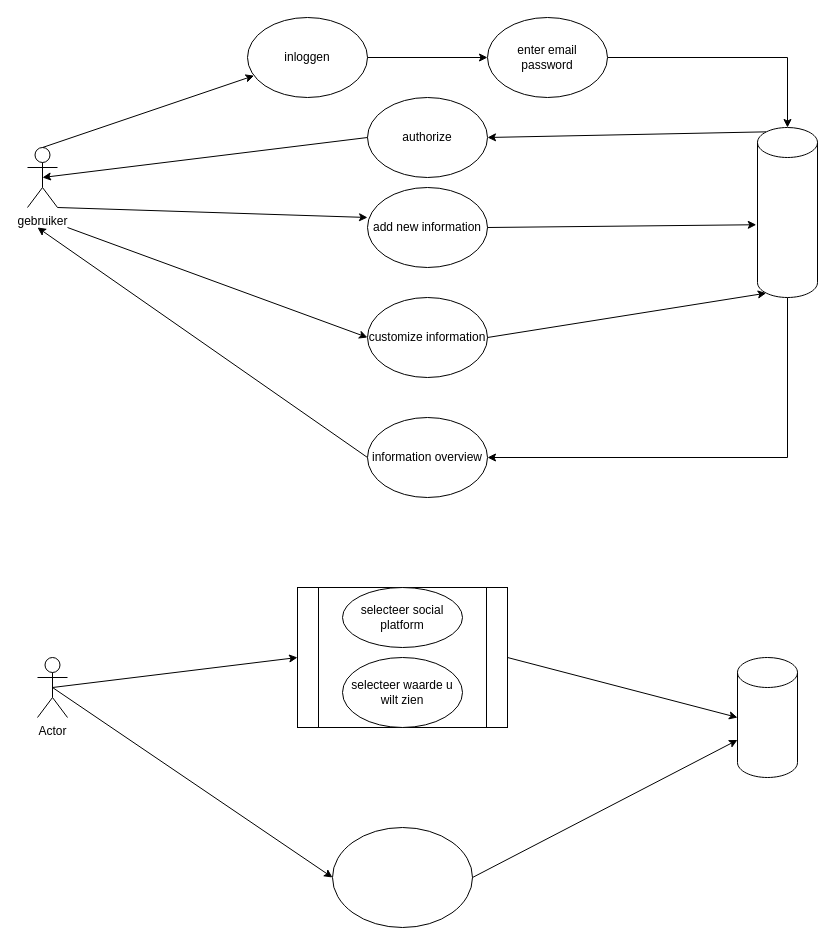
Earlier version of the draw.io diagram Untitled Diagram.drawio (edwardwarnders/hello-world). Source tidied: cells renumbered, new cells numbered last; positions are measured from the earlier drawing's top-left corner, leaving out a move shared by most shapes. Both pictures are drawn from the tidied source at 100%, with x=0, y=0 at pixel (27, 17).
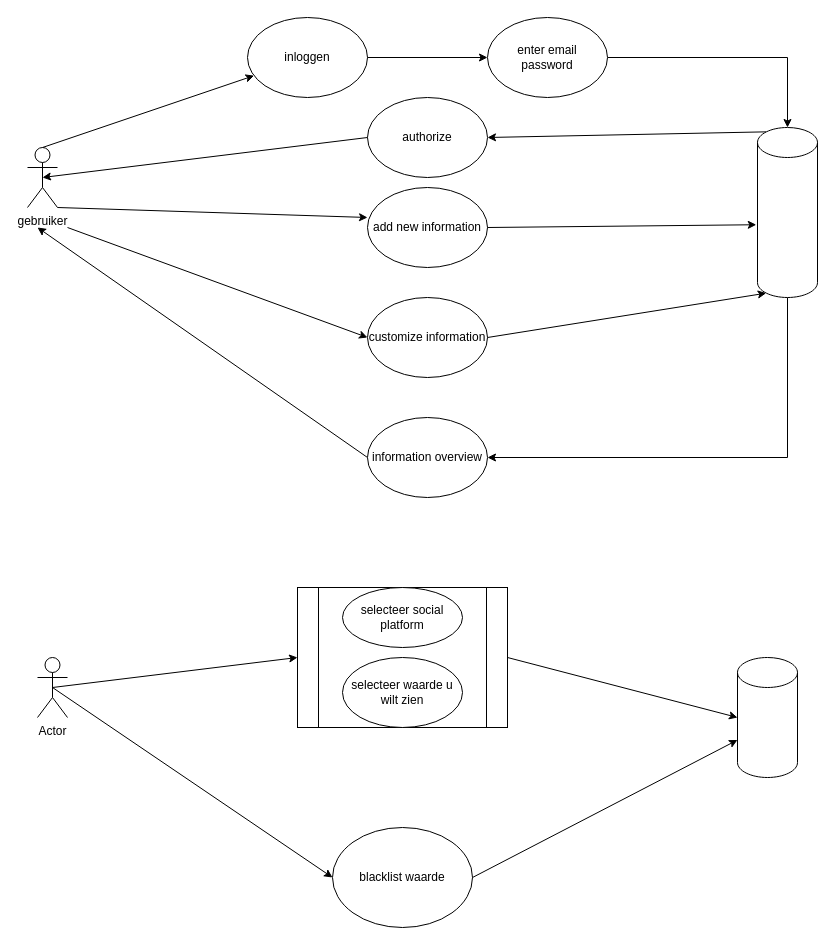
The same diagram, later.

The edit, as a diff of the source:
```diff
@@
-    <mxCell id="23" style="ellipse;whiteSpace=wrap;html=1;" parent="1" vertex="1">
+    <mxCell id="23" value="blacklist waarde" style="ellipse;whiteSpace=wrap;html=1;" parent="1" vertex="1">
       <mxGeometry x="305" y="810" width="140" height="100" as="geometry" />
     </mxCell>
```
